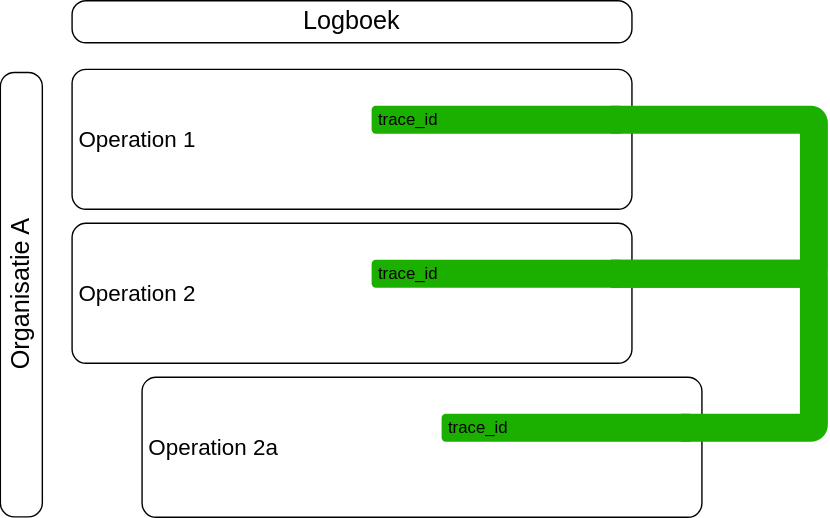
This is media/relatie_logboekelementen_afbeelding6.svg from Logius-standaarden/logboek-dataverwerkingen-inleiding, a draw.io export, as it was before one commit. Source tidied: cells renumbered, new cells last; positions are measured from the earlier drawing's top-left corner, leaving out a move shared by most shapes. The source it was exported from:
```xml
<mxGraphModel>
  <root>
    <mxCell id="0" />
    <mxCell id="1" parent="0" />
    <mxCell id="2" value="Operation 2" style="rounded=1;whiteSpace=wrap;html=1;align=left;fontSize=16;spacing=5;absoluteArcSize=1;" parent="1" vertex="1">
      <mxGeometry x="195" y="159" width="400" height="100" as="geometry" />
    </mxCell>
    <mxCell id="3" value="Operation 1" style="rounded=1;whiteSpace=wrap;html=1;align=left;fontSize=16;spacing=5;absoluteArcSize=1;" parent="1" vertex="1">
      <mxGeometry x="195" y="49" width="400" height="100" as="geometry" />
    </mxCell>
    <mxCell id="4" value="Operation 2a" style="rounded=1;whiteSpace=wrap;html=1;align=left;fontSize=16;spacing=5;absoluteArcSize=1;" parent="1" vertex="1">
      <mxGeometry x="245" y="269" width="400" height="100" as="geometry" />
    </mxCell>
    <mxCell id="5" value="trace_id" style="rounded=1;whiteSpace=wrap;html=1;strokeColor=none;fillColor=#1BB000;points=[[0,0,0,0,0],[0,0.25,0,0,0],[0,0.75,0,0,0],[0,1,0,0,0],[0.05,0.5,0,0,0],[0.25,0,0,0,0],[0.25,1,0,0,0],[0.5,0,0,0,0],[0.5,1,0,0,0],[0.75,0,0,0,0],[0.75,1,0,0,0],[0.95,0.5,0,0,0],[1,0,0,0,0],[1,0.25,0,0,0],[1,0.75,0,0,0],[1,1,0,0,0]];align=left;spacing=5;" parent="1" vertex="1">
      <mxGeometry x="409" y="75" width="180" height="20" as="geometry" />
    </mxCell>
    <mxCell id="6" value="trace_id" style="rounded=1;whiteSpace=wrap;html=1;strokeColor=none;fillColor=#1BB000;points=[[0,0,0,0,0],[0,0.25,0,0,0],[0,0.75,0,0,0],[0,1,0,0,0],[0.05,0.5,0,0,0],[0.25,0,0,0,0],[0.25,1,0,0,0],[0.5,0,0,0,0],[0.5,1,0,0,0],[0.75,0,0,0,0],[0.75,1,0,0,0],[0.95,0.5,0,0,0],[1,0,0,0,0],[1,0.25,0,0,0],[1,0.75,0,0,0],[1,1,0,0,0]];align=left;spacing=5;" parent="1" vertex="1">
      <mxGeometry x="409" y="185" width="180" height="20" as="geometry" />
    </mxCell>
    <mxCell id="7" value="trace_id" style="rounded=1;whiteSpace=wrap;html=1;strokeColor=none;fillColor=#1BB000;points=[[0,0,0,0,0],[0,0.25,0,0,0],[0,0.75,0,0,0],[0,1,0,0,0],[0.05,0.5,0,0,0],[0.25,0,0,0,0],[0.25,1,0,0,0],[0.5,0,0,0,0],[0.5,1,0,0,0],[0.75,0,0,0,0],[0.75,1,0,0,0],[0.95,0.5,0,0,0],[1,0,0,0,0],[1,0.25,0,0,0],[1,0.75,0,0,0],[1,1,0,0,0]];align=left;spacing=5;" parent="1" vertex="1">
      <mxGeometry x="459" y="295" width="180" height="20" as="geometry" />
    </mxCell>
    <mxCell id="8" style="edgeStyle=orthogonalEdgeStyle;rounded=1;jettySize=auto;html=1;entryX=0.95;entryY=0.5;entryDx=0;entryDy=0;entryPerimeter=0;endArrow=none;startFill=0;strokeWidth=20;exitX=0.95;exitY=0.5;exitDx=0;exitDy=0;exitPerimeter=0;strokeColor=#1BB000;curved=0;arcSize=5;" parent="1" edge="1" source="5" target="6">
      <mxGeometry relative="1" as="geometry">
        <Array as="points">
          <mxPoint x="725" y="85" />
          <mxPoint x="725" y="195" />
        </Array>
      </mxGeometry>
    </mxCell>
    <mxCell id="9" style="edgeStyle=orthogonalEdgeStyle;rounded=1;jettySize=auto;html=1;endArrow=none;startFill=0;strokeWidth=20;strokeColor=#1BB000;curved=0;arcSize=5;entryX=0.95;entryY=0.5;entryDx=0;entryDy=0;entryPerimeter=0;exitX=0.95;exitY=0.5;exitDx=0;exitDy=0;exitPerimeter=0;" parent="1" edge="1" source="6" target="7">
      <mxGeometry relative="1" as="geometry">
        <Array as="points">
          <mxPoint x="725" y="195" />
          <mxPoint x="725" y="305" />
        </Array>
      </mxGeometry>
    </mxCell>
    <mxCell id="10" value="Organisatie A" style="text;html=1;align=center;verticalAlign=middle;whiteSpace=wrap;rounded=1;rotation=-90;fontSize=18;fillColor=none;strokeColor=default;absoluteArcSize=1;" parent="1" vertex="1">
      <mxGeometry y="195" width="317.5" height="30" as="geometry" />
    </mxCell>
    <mxCell id="11" value="Logboek" style="text;html=1;align=center;verticalAlign=middle;whiteSpace=wrap;rounded=1;rotation=0;fontSize=18;fillColor=none;strokeColor=default;absoluteArcSize=1;" parent="1" vertex="1">
      <mxGeometry x="195" width="400" height="30" as="geometry" />
    </mxCell>
  </root>
</mxGraphModel>
```
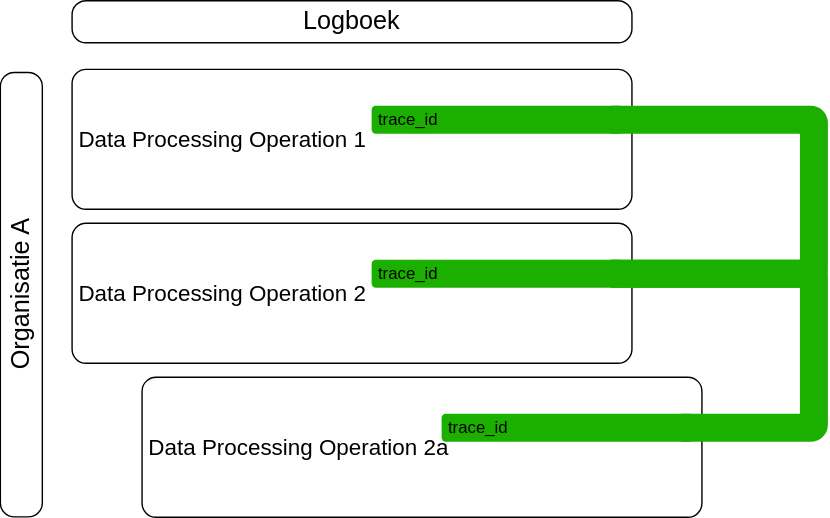
The same file after the commit.

The edit, as a diff of the source:
```diff
@@ -2,13 +2,13 @@
   <root>
     <mxCell id="0" />
     <mxCell id="1" parent="0" />
-    <mxCell id="2" value="Operation 2" style="rounded=1;whiteSpace=wrap;html=1;align=left;fontSize=16;spacing=5;absoluteArcSize=1;" parent="1" vertex="1">
+    <mxCell id="2" value="Data Processing Operation 2" style="rounded=1;whiteSpace=wrap;html=1;align=left;fontSize=16;spacing=5;absoluteArcSize=1;" parent="1" vertex="1">
       <mxGeometry x="195" y="159" width="400" height="100" as="geometry" />
     </mxCell>
-    <mxCell id="3" value="Operation 1" style="rounded=1;whiteSpace=wrap;html=1;align=left;fontSize=16;spacing=5;absoluteArcSize=1;" parent="1" vertex="1">
+    <mxCell id="3" value="Data Processing Operation 1" style="rounded=1;whiteSpace=wrap;html=1;align=left;fontSize=16;spacing=5;absoluteArcSize=1;" parent="1" vertex="1">
       <mxGeometry x="195" y="49" width="400" height="100" as="geometry" />
     </mxCell>
-    <mxCell id="4" value="Operation 2a" style="rounded=1;whiteSpace=wrap;html=1;align=left;fontSize=16;spacing=5;absoluteArcSize=1;" parent="1" vertex="1">
+    <mxCell id="4" value="Data Processing Operation 2a" style="rounded=1;whiteSpace=wrap;html=1;align=left;fontSize=16;spacing=5;absoluteArcSize=1;" parent="1" vertex="1">
       <mxGeometry x="245" y="269" width="400" height="100" as="geometry" />
     </mxCell>
     <mxCell id="5" value="trace_id" style="rounded=1;whiteSpace=wrap;html=1;strokeColor=none;fillColor=#1BB000;points=[[0,0,0,0,0],[0,0.25,0,0,0],[0,0.75,0,0,0],[0,1,0,0,0],[0.05,0.5,0,0,0],[0.25,0,0,0,0],[0.25,1,0,0,0],[0.5,0,0,0,0],[0.5,1,0,0,0],[0.75,0,0,0,0],[0.75,1,0,0,0],[0.95,0.5,0,0,0],[1,0,0,0,0],[1,0.25,0,0,0],[1,0.75,0,0,0],[1,1,0,0,0]];align=left;spacing=5;" parent="1" vertex="1">
```
